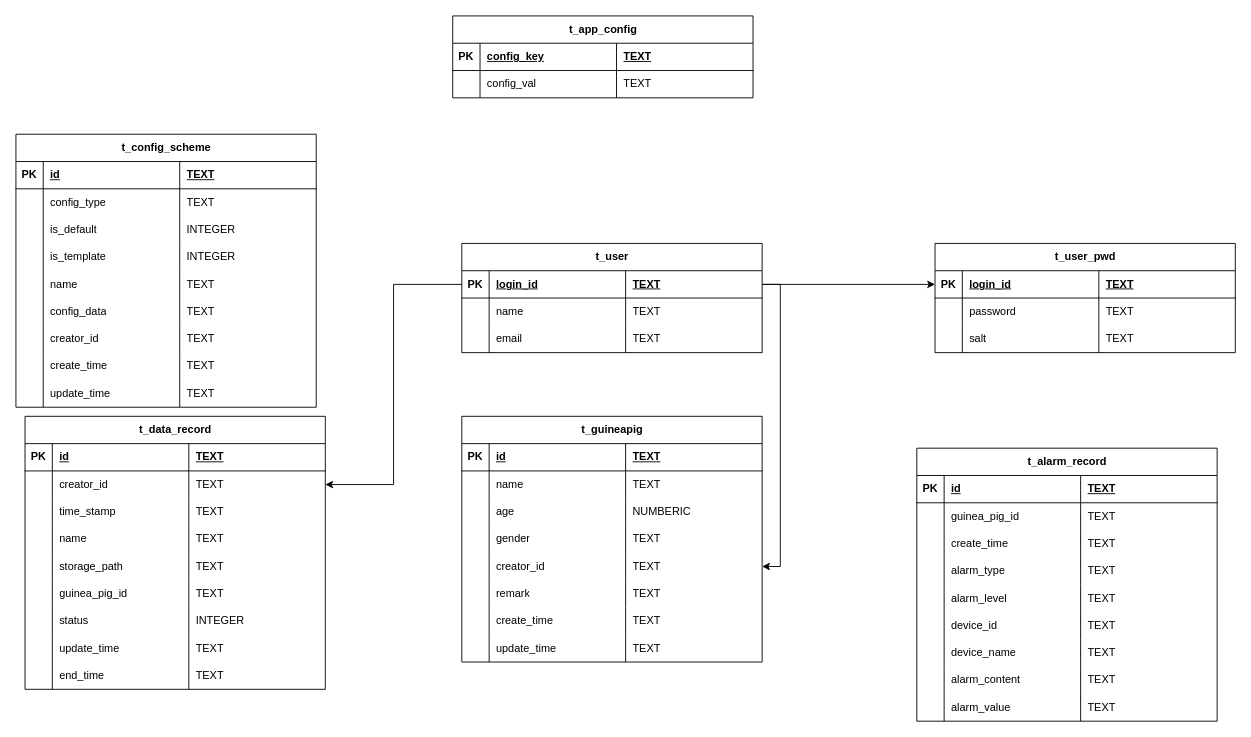
Earlier version of the draw.io diagram 详细设计-后端-数据库-详细设计.drawio (yz360307/draw). Source tidied: cells renumbered, new cells numbered last; positions are measured from the earlier drawing's top-left corner, leaving out a move shared by most shapes. Both pictures are drawn from the tidied source at 91%, with x=0, y=0 at pixel (15, 15).
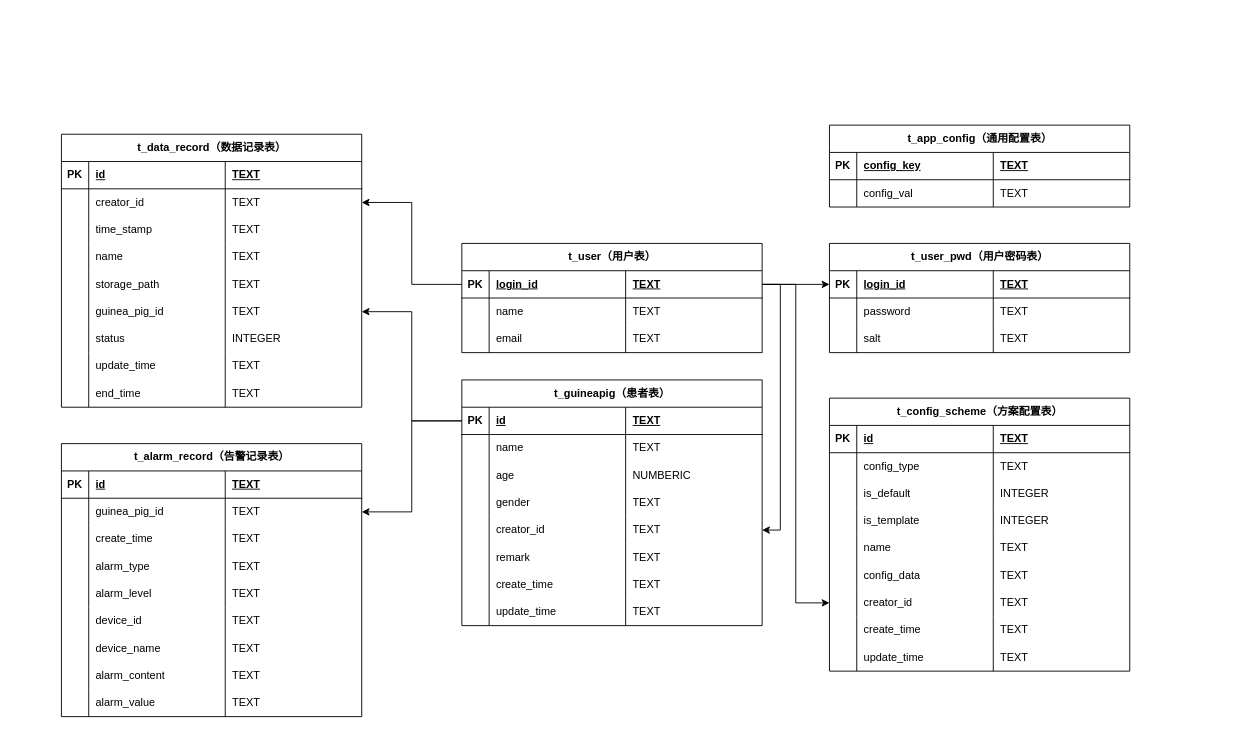
The same diagram, later.

Commit message (it also covers changes not shown here):
更新详细设计-后端-数据库-详细设计.drawio

Unchanged cells that the change refers to:
```xml
<mxCell id="3" style="shape=tableRow;horizontal=0;startSize=0;swimlaneHead=0;swimlaneBody=0;fillColor=none;points=[[0,0.5],[1,0.5]];portConstraint=eastwest;top=0;left=0;right=0;bottom=1;" parent="2" vertex="1">
  <mxGeometry y="30" width="330" height="30" as="geometry" />
</mxCell>
<mxCell id="30" style="shape=tableRow;horizontal=0;startSize=0;swimlaneHead=0;swimlaneBody=0;fillColor=none;points=[[0,0.5],[1,0.5]];portConstraint=eastwest;top=0;left=0;right=0;bottom=1;" parent="29" vertex="1">
  <mxGeometry y="30" width="330" height="30" as="geometry" />
</mxCell>
<mxCell id="46" style="shape=tableRow;horizontal=0;startSize=0;swimlaneHead=0;swimlaneBody=0;fillColor=none;points=[[0,0.5],[1,0.5]];portConstraint=eastwest;top=0;left=0;right=0;bottom=0;" parent="29" vertex="1">
  <mxGeometry y="150" width="330" height="30" as="geometry" />
</mxCell>
<mxCell id="84" style="shape=tableRow;horizontal=0;startSize=0;swimlaneHead=0;swimlaneBody=0;fillColor=none;points=[[0,0.5],[1,0.5]];portConstraint=eastwest;top=0;left=0;right=0;bottom=0;" parent="63" vertex="1">
  <mxGeometry y="180" width="330" height="30" as="geometry" />
</mxCell>
<mxCell id="126" style="shape=tableRow;horizontal=0;startSize=0;swimlaneHead=0;swimlaneBody=0;fillColor=none;points=[[0,0.5],[1,0.5]];portConstraint=eastwest;top=0;left=0;right=0;bottom=0;" parent="101" vertex="1">
  <mxGeometry y="210" width="330" height="30" as="geometry" />
</mxCell>
<mxCell id="152" style="shape=tableRow;horizontal=0;startSize=0;swimlaneHead=0;swimlaneBody=0;fillColor=none;points=[[0,0.5],[1,0.5]];portConstraint=eastwest;top=0;left=0;right=0;bottom=0;" parent="147" vertex="1">
  <mxGeometry y="60" width="330" height="30" as="geometry" />
</mxCell>
```

What changed in the source:
```diff
@@
-    <mxCell id="2" value="t_user" style="shape=table;startSize=30;childLayout=tableLayout;rowLines=0;fontStyle=1;align=center;html=1;" parent="1" vertex="1">
+    <mxCell id="2" value="t_user（用户表）" style="shape=table;startSize=30;childLayout=tableLayout;rowLines=0;fontStyle=1;align=center;html=1;" parent="1" vertex="1">
       <mxGeometry x="490" y="250" width="330" height="120" as="geometry" />
     </mxCell>
@@
-    <mxCell id="15" value="t_user_pwd" style="shape=table;startSize=30;childLayout=tableLayout;rowLines=0;fontStyle=1;align=center;html=1;" parent="1" vertex="1">
-      <mxGeometry x="1010" y="250" width="330" height="120" as="geometry" />
+    <mxCell id="15" value="t_user_pwd（用户密码表）" style="shape=table;startSize=30;childLayout=tableLayout;rowLines=0;fontStyle=1;align=center;html=1;" parent="1" vertex="1">
+      <mxGeometry x="894" y="250" width="330" height="120" as="geometry" />
     </mxCell>
@@
-    <mxCell id="29" value="t_guineapig" style="shape=table;startSize=30;childLayout=tableLayout;rowLines=0;fontStyle=1;align=center;html=1;" parent="1" vertex="1">
-      <mxGeometry x="490" y="440" width="330" height="270" as="geometry" />
+    <mxCell id="29" value="t_guineapig（患者表）" style="shape=table;startSize=30;childLayout=tableLayout;rowLines=0;fontStyle=1;align=center;html=1;" parent="1" vertex="1">
+      <mxGeometry x="490" y="400" width="330" height="270" as="geometry" />
     </mxCell>
@@
     <mxCell id="62" style="edgeStyle=orthogonalEdgeStyle;rounded=0;jettySize=auto;html=1;entryX=1;entryY=0.5;entryDx=0;entryDy=0;exitX=1;exitY=0.5;exitDx=0;exitDy=0;" parent="1" edge="1" source="3" target="46">
-      <mxGeometry relative="1" as="geometry" />
+      <mxGeometry relative="1" as="geometry">
+        <Array as="points">
+          <mxPoint x="840" y="295" />
+          <mxPoint x="840" y="565" />
+        </Array>
+      </mxGeometry>
     </mxCell>
-    <mxCell id="63" value="t_data_record" style="shape=table;startSize=30;childLayout=tableLayout;rowLines=0;fontStyle=1;align=center;html=1;" parent="1" vertex="1">
-      <mxGeometry x="10" y="440" width="330" height="300" as="geometry" />
+    <mxCell id="63" value="t_data_record（数据记录表）" style="shape=table;startSize=30;childLayout=tableLayout;rowLines=0;fontStyle=1;align=center;html=1;" parent="1" vertex="1">
+      <mxGeometry x="50" y="130" width="330" height="300" as="geometry" />
     </mxCell>
@@
-    <mxCell id="101" value="t_config_scheme" style="shape=table;startSize=30;childLayout=tableLayout;rowLines=0;fontStyle=1;align=center;html=1;" parent="1" vertex="1">
-      <mxGeometry y="130" width="330" height="300" as="geometry" />
+    <mxCell id="101" value="t_config_scheme（方案配置表）" style="shape=table;startSize=30;childLayout=tableLayout;rowLines=0;fontStyle=1;align=center;html=1;" parent="1" vertex="1">
+      <mxGeometry x="894" y="420" width="330" height="300" as="geometry" />
     </mxCell>
@@
-    <mxCell id="138" value="t_app_config" style="shape=table;startSize=30;childLayout=tableLayout;rowLines=0;fontStyle=1;align=center;html=1;" parent="1" vertex="1">
-      <mxGeometry x="480" width="330" height="90" as="geometry" />
+    <mxCell id="138" value="t_app_config（通用配置表）" style="shape=table;startSize=30;childLayout=tableLayout;rowLines=0;fontStyle=1;align=center;html=1;" parent="1" vertex="1">
+      <mxGeometry x="894" y="120" width="330" height="90" as="geometry" />
     </mxCell>
@@
-    <mxCell id="147" value="t_alarm_record" style="shape=table;startSize=30;childLayout=tableLayout;rowLines=0;fontStyle=1;align=center;html=1;" parent="1" vertex="1">
-      <mxGeometry x="990" y="475" width="330" height="300" as="geometry" />
+    <mxCell id="147" value="t_alarm_record（告警记录表）" style="shape=table;startSize=30;childLayout=tableLayout;rowLines=0;fontStyle=1;align=center;html=1;" parent="1" vertex="1">
+      <mxGeometry x="50" y="470" width="330" height="300" as="geometry" />
     </mxCell>
@@
+    <mxCell id="184" style="edgeStyle=orthogonalEdgeStyle;rounded=0;jettySize=auto;html=1;entryX=0;entryY=0.5;entryDx=0;entryDy=0;" parent="1" edge="1" source="3" target="126">
+      <mxGeometry relative="1" as="geometry" />
+    </mxCell>
+    <mxCell id="185" style="edgeStyle=orthogonalEdgeStyle;rounded=0;jettySize=auto;html=1;entryX=1;entryY=0.5;entryDx=0;entryDy=0;" parent="1" edge="1" source="30" target="84">
+      <mxGeometry relative="1" as="geometry" />
+    </mxCell>
+    <mxCell id="186" style="edgeStyle=orthogonalEdgeStyle;rounded=0;jettySize=auto;html=1;entryX=1;entryY=0.5;entryDx=0;entryDy=0;" parent="1" edge="1" source="30" target="152">
+      <mxGeometry relative="1" as="geometry" />
+    </mxCell>
```
